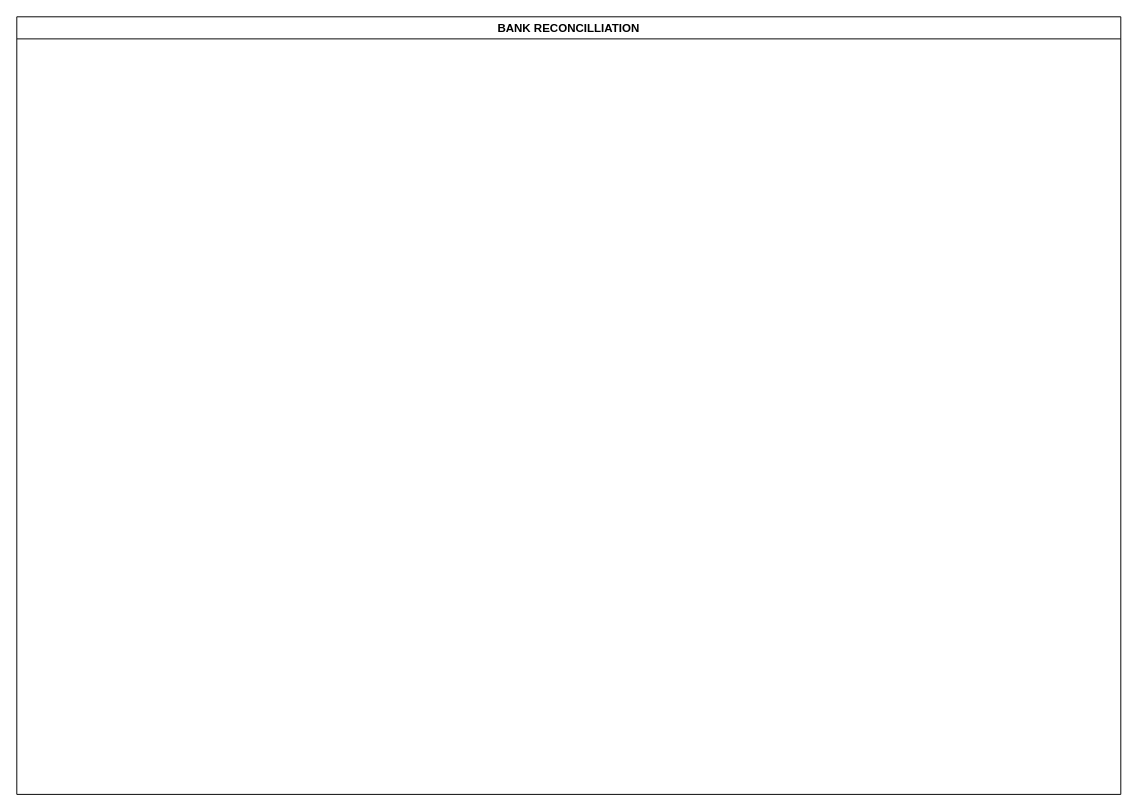
Earlier version of the draw.io diagram KEFRI-FIN-BANK RECONCILLIATION.drawio (kmagua/flowcharts). Source tidied: cells renumbered, new cells numbered last; positions are measured from the earlier drawing's top-left corner, leaving out a move shared by most shapes. Both pictures are drawn from the tidied source at 96%, with x=0, y=0 at pixel (16, 16).
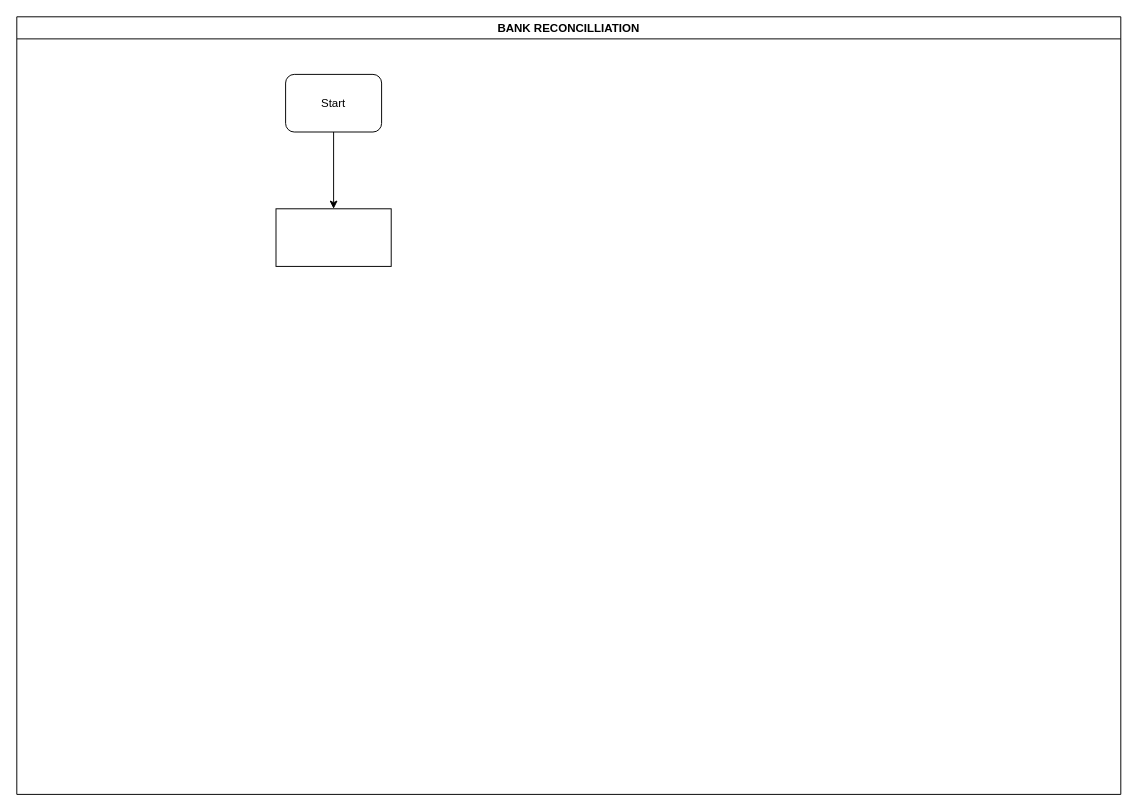
After the change.

Diff of the diagram source:
```diff
@@
 <mxGraphModel>
   <root>
     <mxCell id="0" />
     <mxCell id="1" parent="0" />
     <mxCell id="2" value="BANK RECONCILLIATION" style="swimlane;" parent="1" vertex="1">
       <mxGeometry width="1150" height="810" as="geometry" />
     </mxCell>
+    <mxCell id="3" value="Start" style="rounded=1;whiteSpace=wrap;html=1;" parent="2" vertex="1">
+      <mxGeometry x="280" y="60" width="100" height="60" as="geometry" />
+    </mxCell>
+    <mxCell id="4" style="rounded=0;whiteSpace=wrap;html=1;" parent="2" vertex="1">
+      <mxGeometry x="270" y="200" width="120" height="60" as="geometry" />
+    </mxCell>
+    <mxCell id="5" style="edgeStyle=orthogonalEdgeStyle;rounded=0;jettySize=auto;html=1;entryX=0.5;entryY=0;entryDx=0;entryDy=0;" parent="2" edge="1" source="3" target="4">
+      <mxGeometry relative="1" as="geometry" />
+    </mxCell>
   </root>
 </mxGraphModel>
```
